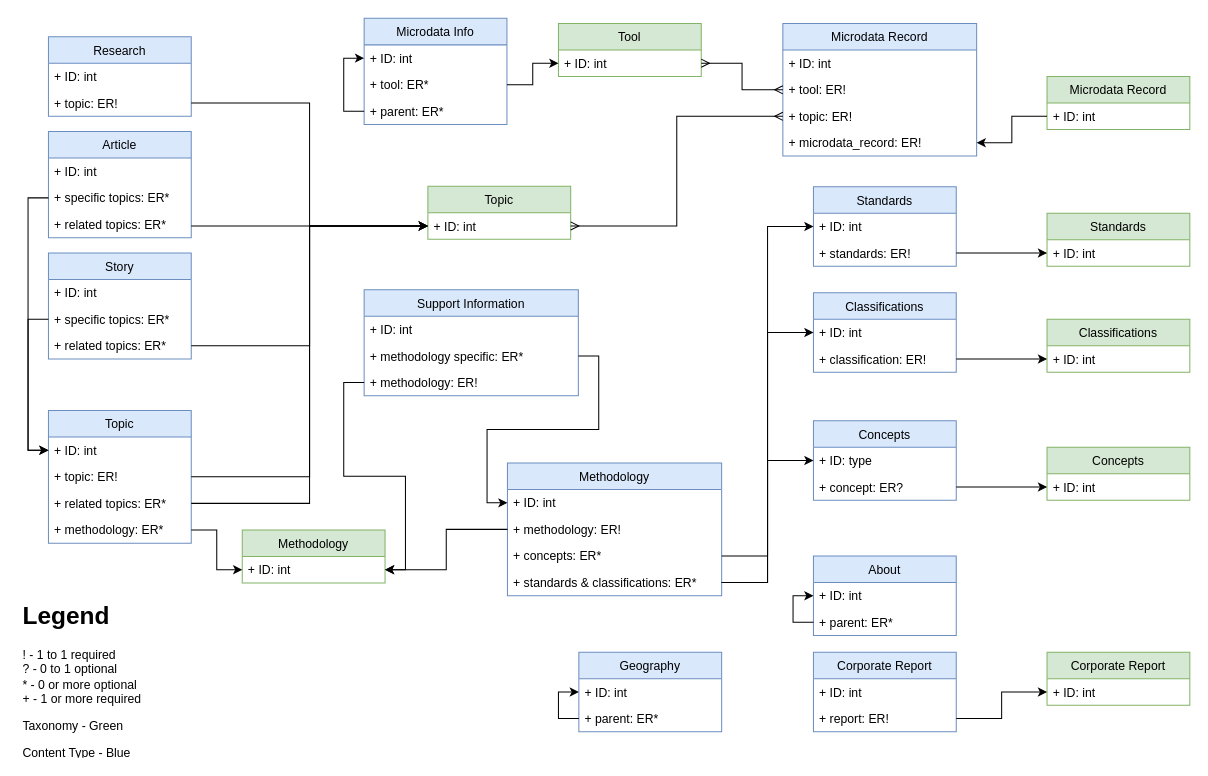
The draw.io diagram Untitled Diagram.drawio in rhys-mcguckin/d8-features, before the edit. Source tidied: cells renumbered, new cells numbered last; positions are measured from the earlier drawing's top-left corner, leaving out a move shared by most shapes. Both pictures are drawn from the tidied source at 102%, with x=0, y=0 at pixel (17, 18).
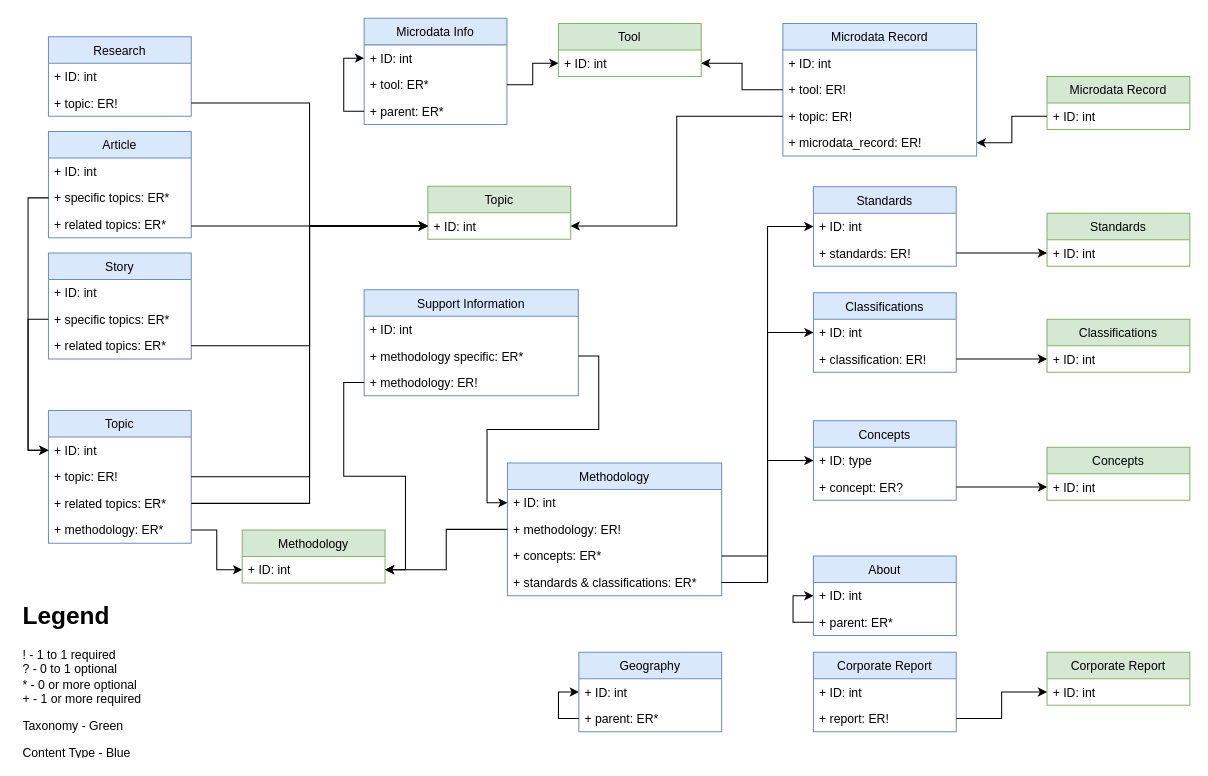
The same diagram, later.

The change refers to these unchanged cells:
```xml
<mxCell id="3" value="+ ID: int" style="text;strokeColor=none;fillColor=none;align=left;verticalAlign=top;spacingLeft=4;spacingRight=4;overflow=hidden;points=[[0,0.5],[1,0.5]];portConstraint=eastwest;" parent="2" vertex="1">
  <mxGeometry y="26" width="140" height="26" as="geometry" />
</mxCell>
<mxCell id="59" value="+ tool: ER!" style="text;strokeColor=none;fillColor=none;align=left;verticalAlign=top;spacingLeft=4;spacingRight=4;overflow=hidden;points=[[0,0.5],[1,0.5]];portConstraint=eastwest;" parent="57" vertex="1">
  <mxGeometry y="52" width="190" height="26" as="geometry" />
</mxCell>
<mxCell id="60" value="+ topic: ER!" style="text;strokeColor=none;fillColor=none;align=left;verticalAlign=top;spacingLeft=4;spacingRight=4;overflow=hidden;points=[[0,0.5],[1,0.5]];portConstraint=eastwest;" parent="57" vertex="1">
  <mxGeometry y="78" width="190" height="26" as="geometry" />
</mxCell>
<mxCell id="72" value="+ ID: int" style="text;strokeColor=none;fillColor=none;align=left;verticalAlign=top;spacingLeft=4;spacingRight=4;overflow=hidden;points=[[0,0.5],[1,0.5]];portConstraint=eastwest;" parent="71" vertex="1">
  <mxGeometry y="26" width="140" height="26" as="geometry" />
</mxCell>
```

Change to the diagram source:
```diff
@@
-    <mxCell id="64" style="edgeStyle=orthogonalEdgeStyle;rounded=0;jettySize=auto;html=1;entryX=1;entryY=0.5;entryDx=0;entryDy=0;startArrow=ERmany;startFill=0;endArrow=ERmany;endFill=0;" parent="1" edge="1" source="60" target="3">
+    <mxCell id="64" style="edgeStyle=orthogonalEdgeStyle;rounded=0;jettySize=auto;html=1;entryX=1;entryY=0.5;entryDx=0;entryDy=0;startArrow=none;startFill=0;endArrow=classic;endFill=1;" parent="1" edge="1" source="60" target="3">
       <mxGeometry relative="1" as="geometry" />
     </mxCell>
@@
-    <mxCell id="73" style="edgeStyle=orthogonalEdgeStyle;rounded=0;jettySize=auto;html=1;startArrow=ERmany;startFill=0;endArrow=ERmany;endFill=0;" parent="1" edge="1" source="72" target="59">
-      <mxGeometry relative="1" as="geometry" />
-    </mxCell>
@@
+    <mxCell id="96" style="edgeStyle=orthogonalEdgeStyle;rounded=0;jettySize=auto;html=1;entryX=1;entryY=0.5;entryDx=0;entryDy=0;startArrow=none;startFill=0;endArrow=classic;endFill=1;" parent="1" edge="1" source="59" target="72">
+      <mxGeometry relative="1" as="geometry" />
+    </mxCell>
```
